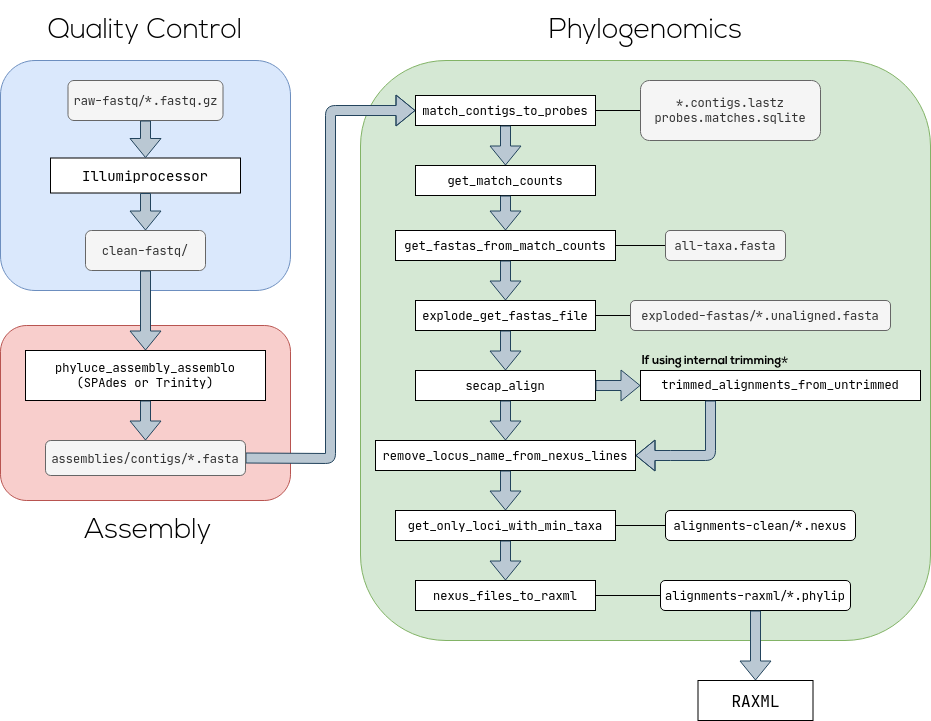
Above: docs/img/workflow.png in uceasy/uceasy (draw.io), before the change. Source tidied: cells renumbered, new cells last; positions are measured from the earlier drawing's top-left corner, leaving out a move shared by most shapes. Its diagram source:
```xml
<mxGraphModel>
  <root>
    <mxCell id="0" />
    <mxCell id="1" parent="0" />
    <mxCell id="2" style="rounded=1;whiteSpace=wrap;html=1;fillColor=#d5e8d4;strokeColor=#82b366;" parent="1" vertex="1">
      <mxGeometry x="360" y="60" width="570" height="580" as="geometry" />
    </mxCell>
    <mxCell id="3" value="&lt;font style=&quot;font-size: 28px&quot; face=&quot;Nexa Light&quot;&gt;Phylogenomics&lt;br&gt;&lt;/font&gt;" style="text;html=1;strokeColor=none;fillColor=none;align=center;verticalAlign=middle;whiteSpace=wrap;rounded=0;fontFamily=Nexa Bold;" parent="1" vertex="1">
      <mxGeometry x="477.5" width="335" height="60" as="geometry" />
    </mxCell>
    <mxCell id="4" value="&lt;font face=&quot;JetBrains Mono&quot;&gt;match_contigs_to_probes&lt;/font&gt;" style="rounded=0;whiteSpace=wrap;html=1;fontFamily=Go Mono;" parent="1" vertex="1">
      <mxGeometry x="415" y="95" width="180" height="30" as="geometry" />
    </mxCell>
    <mxCell id="5" style="shape=flexArrow;endArrow=classic;html=1;exitX=0.5;exitY=1;exitDx=0;exitDy=0;entryX=0.5;entryY=0;entryDx=0;entryDy=0;fillColor=#bac8d3;strokeColor=#23445d;" parent="1" edge="1" source="4" target="6">
      <mxGeometry relative="1" as="geometry" />
    </mxCell>
    <mxCell id="6" value="&lt;font face=&quot;JetBrains Mono&quot;&gt;get_match_counts&lt;/font&gt;" style="rounded=0;whiteSpace=wrap;html=1;fontFamily=Go Mono;" parent="1" vertex="1">
      <mxGeometry x="415" y="165" width="180" height="30" as="geometry" />
    </mxCell>
    <mxCell id="7" value="&lt;font face=&quot;JetBrains Mono&quot;&gt;get_only_loci_with_min_taxa&lt;/font&gt;" style="rounded=0;whiteSpace=wrap;html=1;fontFamily=Go Mono;" parent="1" vertex="1">
      <mxGeometry x="395" y="510" width="220" height="30" as="geometry" />
    </mxCell>
    <mxCell id="8" value="&lt;font face=&quot;JetBrains Mono&quot;&gt;get_fastas_from_match_counts&lt;br&gt;&lt;/font&gt;" style="rounded=0;whiteSpace=wrap;html=1;fontFamily=Go Mono;" parent="1" vertex="1">
      <mxGeometry x="395" y="230" width="220" height="30" as="geometry" />
    </mxCell>
    <mxCell id="9" value="&lt;font face=&quot;JetBrains Mono&quot;&gt;explode_get_fastas_file&lt;/font&gt;" style="rounded=0;whiteSpace=wrap;html=1;fontFamily=Go Mono;" parent="1" vertex="1">
      <mxGeometry x="415" y="300" width="180" height="30" as="geometry" />
    </mxCell>
    <mxCell id="10" value="&lt;font face=&quot;JetBrains Mono&quot;&gt;secap_align&lt;/font&gt;" style="rounded=0;whiteSpace=wrap;html=1;fontFamily=Go Mono;" parent="1" vertex="1">
      <mxGeometry x="415" y="370" width="180" height="30" as="geometry" />
    </mxCell>
    <mxCell id="11" value="&lt;font face=&quot;JetBrains Mono&quot;&gt;remove_locus_name_from_nexus_lines&lt;/font&gt;" style="rounded=0;whiteSpace=wrap;html=1;fontFamily=Go Mono;" parent="1" vertex="1">
      <mxGeometry x="375" y="440" width="260" height="30" as="geometry" />
    </mxCell>
    <mxCell id="12" value="&lt;font face=&quot;JetBrains Mono&quot;&gt;trimmed_alignments_from_untrimmed&lt;/font&gt;" style="rounded=0;whiteSpace=wrap;html=1;fontFamily=Nexa Light;" parent="1" vertex="1">
      <mxGeometry x="640" y="370" width="280" height="30" as="geometry" />
    </mxCell>
    <mxCell id="13" value="&lt;font face=&quot;JetBrains Mono&quot;&gt;nexus_files_to_raxml&lt;/font&gt;" style="rounded=0;whiteSpace=wrap;html=1;fontFamily=Go Mono;" parent="1" vertex="1">
      <mxGeometry x="415" y="580" width="180" height="30" as="geometry" />
    </mxCell>
    <mxCell id="14" style="shape=flexArrow;endArrow=classic;html=1;exitX=0.5;exitY=1;exitDx=0;exitDy=0;fillColor=#bac8d3;strokeColor=#23445d;" parent="1" edge="1" source="7">
      <mxGeometry relative="1" as="geometry">
        <mxPoint x="505" y="580" as="targetPoint" />
      </mxGeometry>
    </mxCell>
    <mxCell id="15" style="shape=flexArrow;endArrow=classic;html=1;exitX=0.5;exitY=1;exitDx=0;exitDy=0;entryX=0.5;entryY=0;entryDx=0;entryDy=0;fillColor=#bac8d3;strokeColor=#23445d;" parent="1" edge="1" source="11" target="7">
      <mxGeometry relative="1" as="geometry" />
    </mxCell>
    <mxCell id="16" style="shape=flexArrow;endArrow=classic;html=1;exitX=0.5;exitY=1;exitDx=0;exitDy=0;entryX=0.5;entryY=0;entryDx=0;entryDy=0;fillColor=#bac8d3;strokeColor=#23445d;" parent="1" edge="1" source="10" target="11">
      <mxGeometry relative="1" as="geometry" />
    </mxCell>
    <mxCell id="17" style="shape=flexArrow;endArrow=classic;html=1;exitX=0.5;exitY=1;exitDx=0;exitDy=0;entryX=0.5;entryY=0;entryDx=0;entryDy=0;fillColor=#bac8d3;strokeColor=#23445d;" parent="1" edge="1" source="6" target="8">
      <mxGeometry relative="1" as="geometry" />
    </mxCell>
    <mxCell id="18" style="shape=flexArrow;endArrow=classic;html=1;entryX=0.5;entryY=0;entryDx=0;entryDy=0;fillColor=#bac8d3;strokeColor=#23445d;exitX=0.5;exitY=1;exitDx=0;exitDy=0;" parent="1" edge="1" source="9" target="10">
      <mxGeometry relative="1" as="geometry" />
    </mxCell>
    <mxCell id="19" style="shape=flexArrow;endArrow=classic;html=1;entryX=0.5;entryY=0;entryDx=0;entryDy=0;fillColor=#bac8d3;strokeColor=#23445d;exitX=0.5;exitY=1;exitDx=0;exitDy=0;" parent="1" edge="1" source="8" target="9">
      <mxGeometry relative="1" as="geometry" />
    </mxCell>
    <mxCell id="20" style="shape=flexArrow;endArrow=classic;html=1;exitX=1;exitY=0.5;exitDx=0;exitDy=0;entryX=0;entryY=0.5;entryDx=0;entryDy=0;fillColor=#bac8d3;strokeColor=#23445d;" parent="1" edge="1" source="10" target="12">
      <mxGeometry relative="1" as="geometry" />
    </mxCell>
    <mxCell id="21" style="shape=flexArrow;endArrow=classic;html=1;fillColor=#bac8d3;strokeColor=#23445d;exitX=0.25;exitY=1;exitDx=0;exitDy=0;" parent="1" edge="1" source="12">
      <mxGeometry relative="1" as="geometry">
        <mxPoint x="635" y="455" as="targetPoint" />
        <Array as="points">
          <mxPoint x="710" y="455" />
          <mxPoint x="670" y="455" />
        </Array>
      </mxGeometry>
    </mxCell>
    <mxCell id="22" style="endArrow=none;html=1;fillColor=#ffffff;entryX=0;entryY=0.5;entryDx=0;entryDy=0;exitX=1;exitY=0.5;exitDx=0;exitDy=0;" parent="1" edge="1" source="4" target="23">
      <mxGeometry relative="1" as="geometry" />
    </mxCell>
    <mxCell id="23" value="&lt;div&gt;&lt;font face=&quot;JetBrains Mono&quot;&gt;*.contigs.lastz&lt;/font&gt;&lt;/div&gt;&lt;font face=&quot;JetBrains Mono&quot;&gt;probes.matches.sqlite&lt;/font&gt;" style="rounded=1;whiteSpace=wrap;html=1;fillColor=#f5f5f5;strokeColor=#666666;fontColor=#333333;" parent="1" vertex="1">
      <mxGeometry x="640" y="80" width="180" height="60" as="geometry" />
    </mxCell>
    <mxCell id="24" style="endArrow=none;html=1;fillColor=#ffffff;exitX=0;exitY=0.5;exitDx=0;exitDy=0;entryX=1;entryY=0.5;entryDx=0;entryDy=0;" parent="1" edge="1" source="28" target="7">
      <mxGeometry relative="1" as="geometry" />
    </mxCell>
    <mxCell id="25" style="endArrow=none;html=1;fillColor=#ffffff;entryX=0;entryY=0.5;entryDx=0;entryDy=0;exitX=1;exitY=0.5;exitDx=0;exitDy=0;" parent="1" edge="1" source="9" target="27">
      <mxGeometry relative="1" as="geometry" />
    </mxCell>
    <mxCell id="26" style="endArrow=none;html=1;fillColor=#ffffff;entryX=0;entryY=0.5;entryDx=0;entryDy=0;exitX=1;exitY=0.5;exitDx=0;exitDy=0;" parent="1" edge="1" source="8" target="29">
      <mxGeometry relative="1" as="geometry" />
    </mxCell>
    <mxCell id="27" value="&lt;font face=&quot;JetBrains Mono&quot;&gt;exploded-fastas/*.unaligned.fasta&lt;/font&gt;" style="rounded=1;whiteSpace=wrap;html=1;fillColor=#f5f5f5;strokeColor=#666666;fontColor=#333333;" parent="1" vertex="1">
      <mxGeometry x="630" y="300" width="260" height="30" as="geometry" />
    </mxCell>
    <mxCell id="28" value="&lt;font face=&quot;JetBrains Mono&quot;&gt;alignments-clean/*.nexus&lt;/font&gt;" style="rounded=1;whiteSpace=wrap;html=1;" parent="1" vertex="1">
      <mxGeometry x="665" y="510" width="190" height="30" as="geometry" />
    </mxCell>
    <mxCell id="29" value="&lt;font face=&quot;JetBrains Mono&quot;&gt;all-taxa.fasta&lt;/font&gt;" style="rounded=1;whiteSpace=wrap;html=1;fillColor=#f5f5f5;strokeColor=#666666;fontColor=#333333;" parent="1" vertex="1">
      <mxGeometry x="665" y="230" width="120" height="30" as="geometry" />
    </mxCell>
    <mxCell id="30" value="&lt;font face=&quot;Nexa Bold&quot;&gt;If using internal trimming&lt;/font&gt;&lt;font face=&quot;JetBrains Mono&quot;&gt;*&lt;/font&gt;" style="text;html=1;strokeColor=none;fillColor=none;align=center;verticalAlign=middle;whiteSpace=wrap;rounded=0;" parent="1" vertex="1">
      <mxGeometry x="640" y="350" width="150" height="20" as="geometry" />
    </mxCell>
    <mxCell id="31" value="&lt;font face=&quot;JetBrains Mono&quot;&gt;alignments-raxml/*.phylip&lt;/font&gt;" style="rounded=1;whiteSpace=wrap;html=1;" parent="1" vertex="1">
      <mxGeometry x="660" y="580" width="190" height="30" as="geometry" />
    </mxCell>
    <mxCell id="32" style="endArrow=none;html=1;fillColor=#ffffff;exitX=0;exitY=0.5;exitDx=0;exitDy=0;entryX=1;entryY=0.5;entryDx=0;entryDy=0;" parent="1" edge="1" source="31" target="13">
      <mxGeometry relative="1" as="geometry" />
    </mxCell>
    <mxCell id="33" value="&lt;font style=&quot;font-size: 16px&quot; face=&quot;JetBrains Mono&quot;&gt;RAXML&lt;/font&gt;" style="rounded=0;whiteSpace=wrap;html=1;" parent="1" vertex="1">
      <mxGeometry x="697.5" y="680" width="115" height="40" as="geometry" />
    </mxCell>
    <mxCell id="34" style="shape=flexArrow;endArrow=classic;html=1;exitX=0.5;exitY=1;exitDx=0;exitDy=0;fillColor=#bac8d3;strokeColor=#23445d;entryX=0.5;entryY=0;entryDx=0;entryDy=0;" parent="1" edge="1" source="31" target="33">
      <mxGeometry relative="1" as="geometry" />
    </mxCell>
    <mxCell id="35" style="rounded=1;whiteSpace=wrap;html=1;fillColor=#dae8fc;strokeColor=#6c8ebf;" parent="1" vertex="1">
      <mxGeometry y="60" width="290" height="230" as="geometry" />
    </mxCell>
    <mxCell id="36" value="&lt;font style=&quot;font-size: 28px&quot; face=&quot;Nexa Light&quot;&gt;Quality Control&lt;/font&gt;" style="text;html=1;strokeColor=none;fillColor=none;align=center;verticalAlign=middle;whiteSpace=wrap;rounded=0;" parent="1" vertex="1">
      <mxGeometry x="20" y="20" width="250" height="20" as="geometry" />
    </mxCell>
    <mxCell id="37" value="&lt;font style=&quot;font-size: 14px&quot; face=&quot;JetBrains Mono&quot;&gt;Illumiprocessor&lt;/font&gt;" style="rounded=0;whiteSpace=wrap;html=1;" parent="1" vertex="1">
      <mxGeometry x="50" y="157.5" width="190" height="35" as="geometry" />
    </mxCell>
    <mxCell id="38" value="&lt;font face=&quot;JetBrains Mono&quot;&gt;clean-fastq/&lt;/font&gt;" style="rounded=1;whiteSpace=wrap;html=1;fillColor=#f5f5f5;strokeColor=#666666;fontColor=#333333;" parent="1" vertex="1">
      <mxGeometry x="85" y="230" width="120" height="40" as="geometry" />
    </mxCell>
    <mxCell id="39" value="&lt;font face=&quot;JetBrains Mono&quot;&gt;raw-fastq/*.fastq.gz&lt;/font&gt;" style="rounded=1;whiteSpace=wrap;html=1;fillColor=#f5f5f5;strokeColor=#666666;fontColor=#333333;" parent="1" vertex="1">
      <mxGeometry x="67.5" y="80" width="155" height="40" as="geometry" />
    </mxCell>
    <mxCell id="40" style="shape=flexArrow;endArrow=classic;html=1;entryX=0.5;entryY=0;entryDx=0;entryDy=0;fillColor=#bac8d3;strokeColor=#23445d;exitX=0.5;exitY=1;exitDx=0;exitDy=0;" parent="1" edge="1" source="37" target="38">
      <mxGeometry relative="1" as="geometry" />
    </mxCell>
    <mxCell id="41" style="shape=flexArrow;endArrow=classic;html=1;exitX=0.5;exitY=1;exitDx=0;exitDy=0;fillColor=#bac8d3;strokeColor=#23445d;" parent="1" edge="1" source="39" target="37">
      <mxGeometry relative="1" as="geometry" />
    </mxCell>
    <mxCell id="42" style="rounded=1;whiteSpace=wrap;html=1;fillColor=#f8cecc;strokeColor=#b85450;" parent="1" vertex="1">
      <mxGeometry y="325" width="290" height="175" as="geometry" />
    </mxCell>
    <mxCell id="43" value="&lt;div&gt;&lt;font face=&quot;JetBrains Mono&quot;&gt;phyluce_assembly_assemblo&lt;/font&gt;&lt;/div&gt;&lt;div&gt;&lt;font face=&quot;JetBrains Mono&quot;&gt;(SPAdes or Trinity)&lt;/font&gt;&lt;/div&gt;" style="rounded=0;whiteSpace=wrap;html=1;" parent="1" vertex="1">
      <mxGeometry x="25" y="350" width="240" height="50" as="geometry" />
    </mxCell>
    <mxCell id="44" style="shape=flexArrow;endArrow=classic;html=1;fillColor=#bac8d3;strokeColor=#23445d;exitX=0.5;exitY=1;exitDx=0;exitDy=0;entryX=0.5;entryY=0;entryDx=0;entryDy=0;" parent="1" edge="1" source="38" target="43">
      <mxGeometry relative="1" as="geometry" />
    </mxCell>
    <mxCell id="45" value="&lt;font style=&quot;font-size: 28px&quot; face=&quot;Nexa Light&quot;&gt;Assembly&lt;/font&gt;" style="text;html=1;strokeColor=none;fillColor=none;align=center;verticalAlign=middle;whiteSpace=wrap;rounded=0;" parent="1" vertex="1">
      <mxGeometry x="67.5" y="520" width="160" height="20" as="geometry" />
    </mxCell>
    <mxCell id="46" style="shape=flexArrow;endArrow=classic;html=1;fillColor=#bac8d3;strokeColor=#23445d;entryX=0;entryY=0.5;entryDx=0;entryDy=0;exitX=1;exitY=0.5;exitDx=0;exitDy=0;" parent="1" edge="1" source="48" target="4">
      <mxGeometry relative="1" as="geometry">
        <Array as="points">
          <mxPoint x="330" y="458" />
          <mxPoint x="330" y="110" />
        </Array>
      </mxGeometry>
    </mxCell>
    <mxCell id="47" style="shape=flexArrow;endArrow=classic;html=1;fillColor=#bac8d3;strokeColor=#23445d;exitX=0.5;exitY=1;exitDx=0;exitDy=0;entryX=0.5;entryY=0;entryDx=0;entryDy=0;" parent="1" edge="1" source="43" target="48">
      <mxGeometry relative="1" as="geometry" />
    </mxCell>
    <mxCell id="48" value="&lt;font face=&quot;JetBrains Mono&quot;&gt;assemblies/contigs/*.fasta&lt;/font&gt;" style="rounded=1;whiteSpace=wrap;html=1;fillColor=#f5f5f5;strokeColor=#666666;fontColor=#333333;" parent="1" vertex="1">
      <mxGeometry x="45" y="440" width="200" height="35" as="geometry" />
    </mxCell>
  </root>
</mxGraphModel>
```
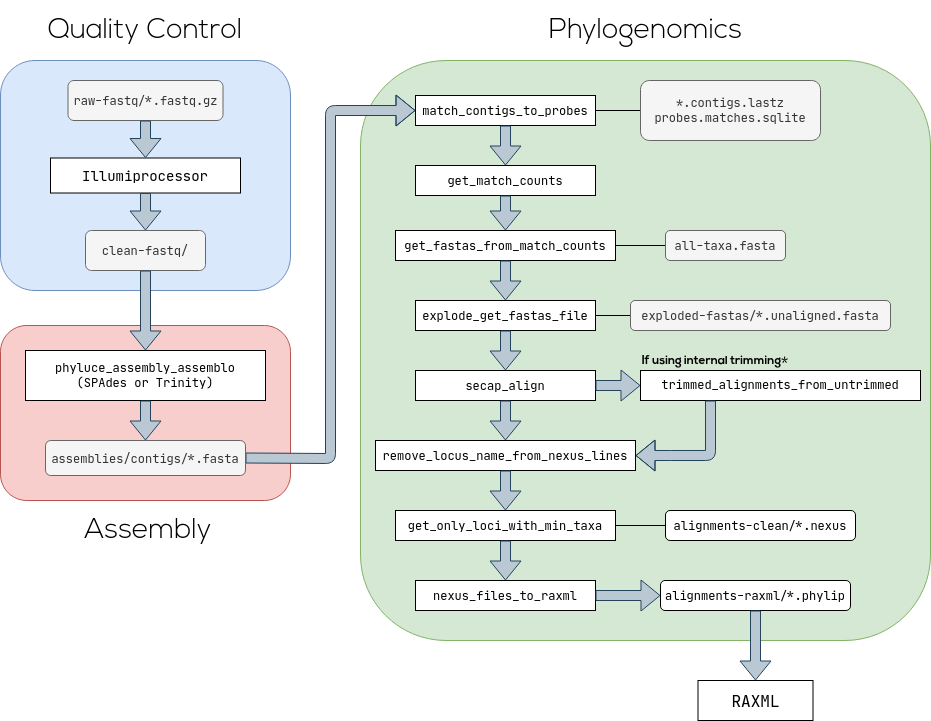
After the commit.

Commit message:
Update workflow diagram

What changed in the source:
```diff
@@ -100,9 +100,6 @@
     <mxCell id="31" value="&lt;font face=&quot;JetBrains Mono&quot;&gt;alignments-raxml/*.phylip&lt;/font&gt;" style="rounded=1;whiteSpace=wrap;html=1;" parent="1" vertex="1">
       <mxGeometry x="660" y="580" width="190" height="30" as="geometry" />
     </mxCell>
-    <mxCell id="32" style="endArrow=none;html=1;fillColor=#ffffff;exitX=0;exitY=0.5;exitDx=0;exitDy=0;entryX=1;entryY=0.5;entryDx=0;entryDy=0;" parent="1" edge="1" source="31" target="13">
-      <mxGeometry relative="1" as="geometry" />
-    </mxCell>
     <mxCell id="33" value="&lt;font style=&quot;font-size: 16px&quot; face=&quot;JetBrains Mono&quot;&gt;RAXML&lt;/font&gt;" style="rounded=0;whiteSpace=wrap;html=1;" parent="1" vertex="1">
       <mxGeometry x="697.5" y="680" width="115" height="40" as="geometry" />
     </mxCell>
@@ -156,5 +153,8 @@
     <mxCell id="48" value="&lt;font face=&quot;JetBrains Mono&quot;&gt;assemblies/contigs/*.fasta&lt;/font&gt;" style="rounded=1;whiteSpace=wrap;html=1;fillColor=#f5f5f5;strokeColor=#666666;fontColor=#333333;" parent="1" vertex="1">
       <mxGeometry x="45" y="440" width="200" height="35" as="geometry" />
     </mxCell>
+    <mxCell id="49" style="shape=flexArrow;endArrow=classic;html=1;exitX=1;exitY=0.5;exitDx=0;exitDy=0;entryX=0;entryY=0.5;entryDx=0;entryDy=0;fillColor=#bac8d3;strokeColor=#23445d;" parent="1" edge="1" source="13" target="31">
+      <mxGeometry relative="1" as="geometry" />
+    </mxCell>
   </root>
 </mxGraphModel>
```
